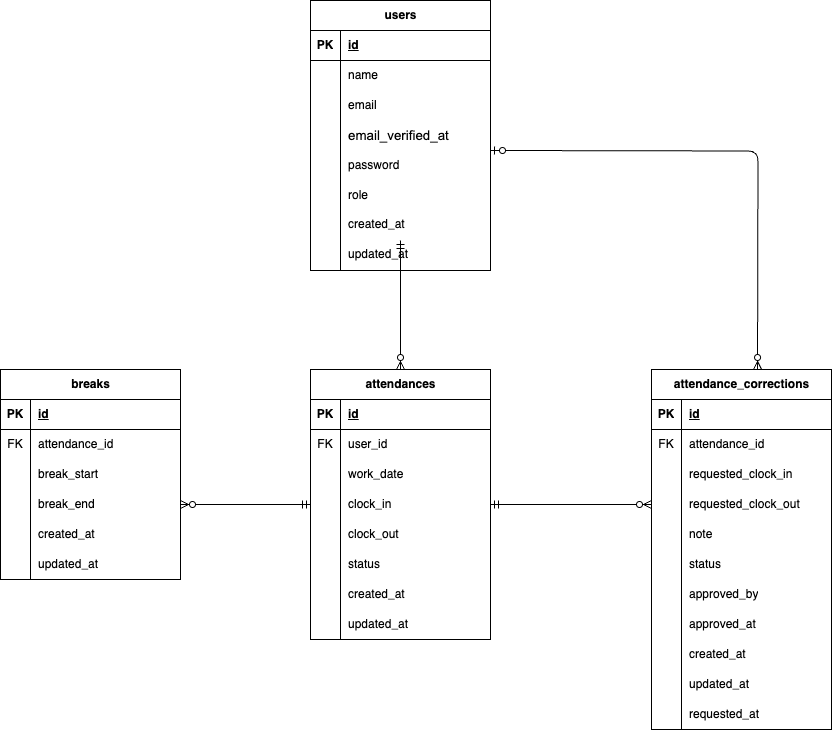
Earlier version of the draw.io export src/app/docs/er.drawio.png (aokiaiko/attendance-app). Source tidied: cells renumbered, new cells last; positions are measured from the earlier drawing's top-left corner, leaving out a move shared by most shapes.
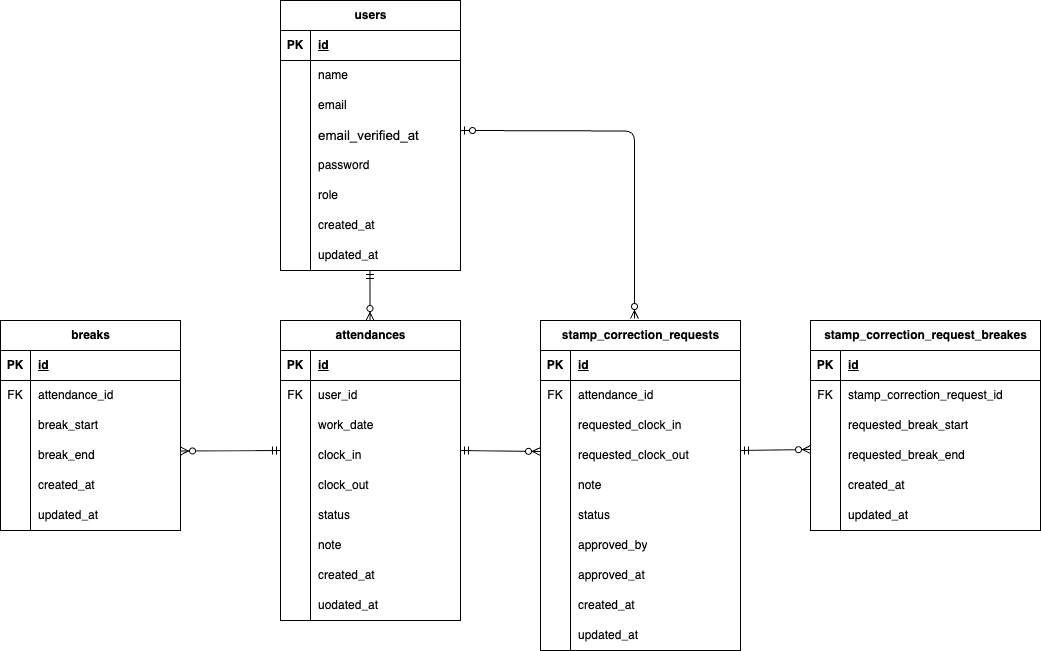
The same diagram one commit later.

What changed in the source:
```diff
@@ -5,3 +5,3 @@
     <mxCell id="2" value="users" style="shape=table;startSize=30;rowLines=0;fontStyle=1;align=center;html=1;" parent="1" vertex="1">
-      <mxGeometry x="310" width="180" height="270" as="geometry" />
+      <mxGeometry x="270" y="19" width="180" height="270" as="geometry" />
     </mxCell>
@@ -80,3 +80,3 @@
     <mxCell id="27" value="attendances" style="shape=table;startSize=30;rowLines=0;fontStyle=1;align=center;html=1;" parent="1" vertex="1">
-      <mxGeometry x="310" y="369" width="180" height="270" as="geometry" />
+      <mxGeometry x="270" y="339" width="180" height="300" as="geometry" />
     </mxCell>
@@ -142,3 +142,3 @@
     </mxCell>
-    <mxCell id="48" value="created_at" style="shape=partialRectangle;fillColor=none;top=0;left=0;bottom=0;right=0;align=left;spacingLeft=6;overflow=hidden;whiteSpace=wrap;html=1;" parent="46" vertex="1">
+    <mxCell id="48" value="note" style="shape=partialRectangle;fillColor=none;top=0;left=0;bottom=0;right=0;align=left;spacingLeft=6;overflow=hidden;whiteSpace=wrap;html=1;" parent="46" vertex="1">
       <mxGeometry x="30" width="150" height="30" as="geometry" />
@@ -151,7 +151,16 @@
     </mxCell>
-    <mxCell id="51" value="updated_at" style="shape=partialRectangle;fillColor=none;top=0;left=0;bottom=0;right=0;align=left;spacingLeft=6;overflow=hidden;whiteSpace=wrap;html=1;" parent="49" vertex="1">
+    <mxCell id="51" value="created_at" style="shape=partialRectangle;fillColor=none;top=0;left=0;bottom=0;right=0;align=left;spacingLeft=6;overflow=hidden;whiteSpace=wrap;html=1;" parent="49" vertex="1">
       <mxGeometry x="30" width="150" height="30" as="geometry" />
     </mxCell>
+    <mxCell id="111" style="shape=tableRow;horizontal=0;startSize=0;swimlaneHead=0;swimlaneBody=0;fillColor=none;top=0;left=0;right=0;bottom=0;" parent="27" vertex="1">
+      <mxGeometry y="270" width="180" height="30" as="geometry" />
+    </mxCell>
+    <mxCell id="112" style="shape=partialRectangle;fillColor=none;top=0;left=0;bottom=0;right=0;overflow=hidden;whiteSpace=wrap;html=1;" parent="111" vertex="1">
+      <mxGeometry width="30" height="30" as="geometry" />
+    </mxCell>
+    <mxCell id="113" value="uodated_at" style="shape=partialRectangle;fillColor=none;top=0;left=0;bottom=0;right=0;align=left;spacingLeft=6;overflow=hidden;whiteSpace=wrap;html=1;" parent="111" vertex="1">
+      <mxGeometry x="30" width="150" height="30" as="geometry" />
+    </mxCell>
     <mxCell id="52" value="breaks" style="shape=table;startSize=30;rowLines=0;fontStyle=1;align=center;html=1;" parent="1" vertex="1">
-      <mxGeometry y="369" width="180" height="210" as="geometry" />
+      <mxGeometry x="-10" y="339" width="180" height="210" as="geometry" />
     </mxCell>
@@ -211,7 +220,7 @@
     </mxCell>
-    <mxCell id="71" value="attendance_corrections" style="shape=table;startSize=30;rowLines=0;fontStyle=1;align=center;html=1;" parent="1" vertex="1">
-      <mxGeometry x="651" y="369" width="180" height="360" as="geometry" />
+    <mxCell id="71" value="stamp_correction_requests" style="shape=table;startSize=30;rowLines=0;fontStyle=1;align=center;html=1;" parent="1" vertex="1">
+      <mxGeometry x="530" y="339" width="200" height="330" as="geometry" />
     </mxCell>
     <mxCell id="72" style="shape=tableRow;horizontal=0;startSize=0;swimlaneHead=0;swimlaneBody=0;fillColor=none;top=0;left=0;right=0;bottom=1;" parent="71" vertex="1">
-      <mxGeometry y="30" width="180" height="30" as="geometry" />
+      <mxGeometry y="30" width="200" height="30" as="geometry" />
     </mxCell>
@@ -221,6 +230,6 @@
     <mxCell id="74" value="id" style="shape=partialRectangle;fillColor=none;top=0;left=0;bottom=0;right=0;align=left;spacingLeft=6;fontStyle=5;overflow=hidden;whiteSpace=wrap;html=1;" parent="72" vertex="1">
-      <mxGeometry x="30" width="150" height="30" as="geometry" />
+      <mxGeometry x="30" width="170" height="30" as="geometry" />
     </mxCell>
     <mxCell id="75" style="shape=tableRow;horizontal=0;startSize=0;swimlaneHead=0;swimlaneBody=0;fillColor=none;top=0;left=0;right=0;bottom=0;shadow=0;" parent="71" vertex="1">
-      <mxGeometry y="60" width="180" height="30" as="geometry" />
+      <mxGeometry y="60" width="200" height="30" as="geometry" />
     </mxCell>
@@ -230,6 +239,6 @@
     <mxCell id="77" value="attendance_id" style="shape=partialRectangle;fillColor=none;top=0;left=0;bottom=0;right=0;align=left;spacingLeft=6;overflow=hidden;whiteSpace=wrap;html=1;" parent="75" vertex="1">
-      <mxGeometry x="30" width="150" height="30" as="geometry" />
+      <mxGeometry x="30" width="170" height="30" as="geometry" />
     </mxCell>
     <mxCell id="78" style="shape=tableRow;horizontal=0;startSize=0;swimlaneHead=0;swimlaneBody=0;fillColor=none;top=0;left=0;right=0;bottom=0;strokeColor=#330000;" parent="71" vertex="1">
-      <mxGeometry y="90" width="180" height="30" as="geometry" />
+      <mxGeometry y="90" width="200" height="30" as="geometry" />
     </mxCell>
@@ -239,6 +248,6 @@
     <mxCell id="80" value="requested_clock_in" style="shape=partialRectangle;fillColor=none;top=0;left=0;bottom=0;right=0;align=left;spacingLeft=6;overflow=hidden;whiteSpace=wrap;html=1;" parent="78" vertex="1">
-      <mxGeometry x="30" width="150" height="30" as="geometry" />
+      <mxGeometry x="30" width="170" height="30" as="geometry" />
     </mxCell>
     <mxCell id="81" style="shape=tableRow;horizontal=0;startSize=0;swimlaneHead=0;swimlaneBody=0;fillColor=none;points=[[0,0.5],[1,0.5]];portConstraint=eastwest;top=0;left=0;right=0;bottom=0;" parent="71" vertex="1">
-      <mxGeometry y="120" width="180" height="30" as="geometry" />
+      <mxGeometry y="120" width="200" height="30" as="geometry" />
     </mxCell>
@@ -248,6 +257,6 @@
     <mxCell id="83" value="requested_clock_out" style="shape=partialRectangle;fillColor=none;top=0;left=0;bottom=0;right=0;align=left;spacingLeft=6;overflow=hidden;whiteSpace=wrap;html=1;" parent="81" vertex="1">
-      <mxGeometry x="30" width="150" height="30" as="geometry" />
+      <mxGeometry x="30" width="170" height="30" as="geometry" />
     </mxCell>
     <mxCell id="84" style="shape=tableRow;horizontal=0;startSize=0;swimlaneHead=0;swimlaneBody=0;fillColor=none;top=0;left=0;right=0;bottom=0;" parent="71" vertex="1">
-      <mxGeometry y="150" width="180" height="30" as="geometry" />
+      <mxGeometry y="150" width="200" height="30" as="geometry" />
     </mxCell>
@@ -257,6 +266,6 @@
     <mxCell id="86" value="note" style="shape=partialRectangle;fillColor=none;top=0;left=0;bottom=0;right=0;align=left;spacingLeft=6;overflow=hidden;whiteSpace=wrap;html=1;" parent="84" vertex="1">
-      <mxGeometry x="30" width="150" height="30" as="geometry" />
+      <mxGeometry x="30" width="170" height="30" as="geometry" />
     </mxCell>
     <mxCell id="87" style="shape=tableRow;horizontal=0;startSize=0;swimlaneHead=0;swimlaneBody=0;fillColor=none;top=0;left=0;right=0;bottom=0;" parent="71" vertex="1">
-      <mxGeometry y="180" width="180" height="30" as="geometry" />
+      <mxGeometry y="180" width="200" height="30" as="geometry" />
     </mxCell>
@@ -266,6 +275,6 @@
     <mxCell id="89" value="status" style="shape=partialRectangle;fillColor=none;top=0;left=0;bottom=0;right=0;align=left;spacingLeft=6;overflow=hidden;whiteSpace=wrap;html=1;" parent="87" vertex="1">
-      <mxGeometry x="30" width="150" height="30" as="geometry" />
+      <mxGeometry x="30" width="170" height="30" as="geometry" />
     </mxCell>
     <mxCell id="90" style="shape=tableRow;horizontal=0;startSize=0;swimlaneHead=0;swimlaneBody=0;fillColor=none;top=0;left=0;right=0;bottom=0;" parent="71" vertex="1">
-      <mxGeometry y="210" width="180" height="30" as="geometry" />
+      <mxGeometry y="210" width="200" height="30" as="geometry" />
     </mxCell>
@@ -275,6 +284,6 @@
     <mxCell id="92" value="approved_by" style="shape=partialRectangle;fillColor=none;top=0;left=0;bottom=0;right=0;align=left;spacingLeft=6;overflow=hidden;whiteSpace=wrap;html=1;" parent="90" vertex="1">
-      <mxGeometry x="30" width="150" height="30" as="geometry" />
+      <mxGeometry x="30" width="170" height="30" as="geometry" />
     </mxCell>
     <mxCell id="93" style="shape=tableRow;horizontal=0;startSize=0;swimlaneHead=0;swimlaneBody=0;fillColor=none;top=0;left=0;right=0;bottom=0;" parent="71" vertex="1">
-      <mxGeometry y="240" width="180" height="30" as="geometry" />
+      <mxGeometry y="240" width="200" height="30" as="geometry" />
     </mxCell>
@@ -284,6 +293,6 @@
     <mxCell id="95" value="approved_at" style="shape=partialRectangle;fillColor=none;top=0;left=0;bottom=0;right=0;align=left;spacingLeft=6;overflow=hidden;whiteSpace=wrap;html=1;" parent="93" vertex="1">
-      <mxGeometry x="30" width="150" height="30" as="geometry" />
+      <mxGeometry x="30" width="170" height="30" as="geometry" />
     </mxCell>
     <mxCell id="96" style="shape=tableRow;horizontal=0;startSize=0;swimlaneHead=0;swimlaneBody=0;fillColor=none;top=0;left=0;right=0;bottom=0;" parent="71" vertex="1">
-      <mxGeometry y="270" width="180" height="30" as="geometry" />
+      <mxGeometry y="270" width="200" height="30" as="geometry" />
     </mxCell>
@@ -293,6 +302,6 @@
     <mxCell id="98" value="created_at" style="shape=partialRectangle;fillColor=none;top=0;left=0;bottom=0;right=0;align=left;spacingLeft=6;overflow=hidden;whiteSpace=wrap;html=1;" parent="96" vertex="1">
-      <mxGeometry x="30" width="150" height="30" as="geometry" />
+      <mxGeometry x="30" width="170" height="30" as="geometry" />
     </mxCell>
     <mxCell id="99" style="shape=tableRow;horizontal=0;startSize=0;swimlaneHead=0;swimlaneBody=0;fillColor=none;top=0;left=0;right=0;bottom=0;" parent="71" vertex="1">
-      <mxGeometry y="300" width="180" height="30" as="geometry" />
+      <mxGeometry y="300" width="200" height="30" as="geometry" />
     </mxCell>
@@ -302,26 +311,18 @@
     <mxCell id="101" value="updated_at" style="shape=partialRectangle;fillColor=none;top=0;left=0;bottom=0;right=0;align=left;spacingLeft=6;overflow=hidden;whiteSpace=wrap;html=1;" parent="99" vertex="1">
-      <mxGeometry x="30" width="150" height="30" as="geometry" />
+      <mxGeometry x="30" width="170" height="30" as="geometry" />
     </mxCell>
-    <mxCell id="102" style="shape=tableRow;horizontal=0;startSize=0;swimlaneHead=0;swimlaneBody=0;fillColor=none;top=0;left=0;right=0;bottom=0;shadow=0;" parent="71" vertex="1">
-      <mxGeometry y="330" width="180" height="30" as="geometry" />
-    </mxCell>
-    <mxCell id="103" style="shape=partialRectangle;fillColor=none;top=0;left=0;bottom=0;right=0;overflow=hidden;whiteSpace=wrap;html=1;" parent="102" vertex="1">
-      <mxGeometry width="30" height="30" as="geometry" />
-    </mxCell>
-    <mxCell id="104" value="requested_at" style="shape=partialRectangle;fillColor=none;top=0;left=0;bottom=0;right=0;align=left;spacingLeft=6;overflow=hidden;whiteSpace=wrap;html=1;" parent="102" vertex="1">
-      <mxGeometry x="30" width="150" height="30" as="geometry" />
-    </mxCell>
-    <mxCell id="105" style="fontSize=12;html=1;endArrow=ERzeroToMany;startArrow=ERmandOne;" parent="1" edge="1" source="21" target="27">
-      <mxGeometry relative="1" as="geometry" />
+    <mxCell id="105" style="fontSize=12;html=1;endArrow=ERzeroToMany;startArrow=ERmandOne;exitX=0.497;exitY=1;exitDx=0;exitDy=0;exitPerimeter=0;" parent="1" edge="1" source="24">
+      <mxGeometry relative="1" as="geometry">
+        <mxPoint x="359.5" y="339" as="targetPoint" />
+      </mxGeometry>
     </mxCell>
-    <mxCell id="106" style="fontSize=12;html=1;endArrow=ERzeroToMany;startArrow=ERmandOne;" parent="1" edge="1" source="37" target="62">
-      <mxGeometry relative="1" as="geometry" />
+    <mxCell id="106" style="fontSize=12;html=1;endArrow=ERzeroToMany;startArrow=ERmandOne;" parent="1" edge="1">
+      <mxGeometry relative="1" as="geometry">
+        <mxPoint x="270" y="469" as="sourcePoint" />
+        <mxPoint x="170" y="469.5" as="targetPoint" />
+      </mxGeometry>
     </mxCell>
-    <mxCell id="107" style="fontSize=12;html=1;endArrow=ERzeroToMany;startArrow=ERmandOne;entryX=0;entryY=0.5;entryDx=0;entryDy=0;" parent="1" edge="1" source="37" target="81">
-      <mxGeometry relative="1" as="geometry" />
-    </mxCell>
-    <mxCell id="108" style="edgeStyle=orthogonalEdgeStyle;fontSize=12;html=1;endArrow=ERzeroToMany;startArrow=ERzeroToOne;exitX=0.961;exitY=0.033;exitDx=0;exitDy=0;exitPerimeter=0;elbow=vertical;rounded=1;" parent="1" edge="1">
+    <mxCell id="108" style="edgeStyle=orthogonalEdgeStyle;fontSize=12;html=1;endArrow=ERzeroToMany;startArrow=ERzeroToOne;exitX=1.017;exitY=0.833;exitDx=0;exitDy=0;exitPerimeter=0;elbow=vertical;rounded=1;entryX=0.47;entryY=-0.006;entryDx=0;entryDy=0;entryPerimeter=0;" parent="1" edge="1" target="71">
       <mxGeometry relative="1" as="geometry">
-        <mxPoint x="490" y="150" as="sourcePoint" />
-        <mxPoint x="757" y="369" as="targetPoint" />
+        <mxPoint x="450" y="149" as="sourcePoint" />
       </mxGeometry>
@@ -329,7 +330,76 @@
     <mxCell id="109" value="updated_at" style="shape=partialRectangle;fillColor=none;top=0;left=0;bottom=0;right=0;align=left;spacingLeft=6;overflow=hidden;whiteSpace=wrap;html=1;" parent="1" vertex="1">
-      <mxGeometry x="340" y="239" width="150" height="30" as="geometry" />
+      <mxGeometry x="300" y="259" width="150" height="30" as="geometry" />
     </mxCell>
     <mxCell id="110" value="created_at" style="shape=partialRectangle;fillColor=none;top=0;left=0;bottom=0;right=0;align=left;spacingLeft=6;overflow=hidden;whiteSpace=wrap;html=1;" parent="1" vertex="1">
-      <mxGeometry x="340" y="209" width="150" height="30" as="geometry" />
+      <mxGeometry x="300" y="229" width="150" height="30" as="geometry" />
     </mxCell>
+    <mxCell id="114" value="&lt;div&gt;stamp_correction_request_breakes&lt;/div&gt;" style="shape=table;startSize=30;rowLines=0;fontStyle=1;align=center;html=1;" parent="1" vertex="1">
+      <mxGeometry x="800" y="339" width="230" height="210" as="geometry" />
+    </mxCell>
+    <mxCell id="115" style="shape=tableRow;horizontal=0;startSize=0;swimlaneHead=0;swimlaneBody=0;fillColor=none;top=0;left=0;right=0;bottom=1;" parent="114" vertex="1">
+      <mxGeometry y="30" width="230" height="30" as="geometry" />
+    </mxCell>
+    <mxCell id="116" value="PK" style="shape=partialRectangle;fillColor=none;top=0;left=0;bottom=0;right=0;fontStyle=1;overflow=hidden;whiteSpace=wrap;html=1;" parent="115" vertex="1">
+      <mxGeometry width="30" height="30" as="geometry" />
+    </mxCell>
+    <mxCell id="117" value="id" style="shape=partialRectangle;fillColor=none;top=0;left=0;bottom=0;right=0;align=left;spacingLeft=6;fontStyle=5;overflow=hidden;whiteSpace=wrap;html=1;" parent="115" vertex="1">
+      <mxGeometry x="30" width="200" height="30" as="geometry" />
+    </mxCell>
+    <mxCell id="118" style="shape=tableRow;horizontal=0;startSize=0;swimlaneHead=0;swimlaneBody=0;fillColor=none;top=0;left=0;right=0;bottom=0;" parent="114" vertex="1">
+      <mxGeometry y="60" width="230" height="30" as="geometry" />
+    </mxCell>
+    <mxCell id="119" value="FK" style="shape=partialRectangle;fillColor=none;top=0;left=0;bottom=0;right=0;overflow=hidden;whiteSpace=wrap;html=1;" parent="118" vertex="1">
+      <mxGeometry width="30" height="30" as="geometry" />
+    </mxCell>
+    <mxCell id="120" value="stamp_correction_request_id" style="shape=partialRectangle;fillColor=none;top=0;left=0;bottom=0;right=0;align=left;spacingLeft=6;overflow=hidden;whiteSpace=wrap;html=1;" parent="118" vertex="1">
+      <mxGeometry x="30" width="200" height="30" as="geometry" />
+    </mxCell>
+    <mxCell id="121" style="shape=tableRow;horizontal=0;startSize=0;swimlaneHead=0;swimlaneBody=0;fillColor=none;top=0;left=0;right=0;bottom=0;" parent="114" vertex="1">
+      <mxGeometry y="90" width="230" height="30" as="geometry" />
+    </mxCell>
+    <mxCell id="122" style="shape=partialRectangle;fillColor=none;top=0;left=0;bottom=0;right=0;overflow=hidden;whiteSpace=wrap;html=1;" parent="121" vertex="1">
+      <mxGeometry width="30" height="30" as="geometry" />
+    </mxCell>
+    <mxCell id="123" value="requested_break_start" style="shape=partialRectangle;fillColor=none;top=0;left=0;bottom=0;right=0;align=left;spacingLeft=6;overflow=hidden;whiteSpace=wrap;html=1;" parent="121" vertex="1">
+      <mxGeometry x="30" width="200" height="30" as="geometry" />
+    </mxCell>
+    <mxCell id="124" style="shape=tableRow;horizontal=0;startSize=0;swimlaneHead=0;swimlaneBody=0;fillColor=none;top=0;left=0;right=0;bottom=0;" parent="114" vertex="1">
+      <mxGeometry y="120" width="230" height="30" as="geometry" />
+    </mxCell>
+    <mxCell id="125" style="shape=partialRectangle;fillColor=none;top=0;left=0;bottom=0;right=0;overflow=hidden;whiteSpace=wrap;html=1;" parent="124" vertex="1">
+      <mxGeometry width="30" height="30" as="geometry" />
+    </mxCell>
+    <mxCell id="126" value="requested_break_end" style="shape=partialRectangle;fillColor=none;top=0;left=0;bottom=0;right=0;align=left;spacingLeft=6;overflow=hidden;whiteSpace=wrap;html=1;" parent="124" vertex="1">
+      <mxGeometry x="30" width="200" height="30" as="geometry" />
+    </mxCell>
+    <mxCell id="127" style="shape=tableRow;horizontal=0;startSize=0;swimlaneHead=0;swimlaneBody=0;fillColor=none;top=0;left=0;right=0;bottom=0;" parent="114" vertex="1">
+      <mxGeometry y="150" width="230" height="30" as="geometry" />
+    </mxCell>
+    <mxCell id="128" style="shape=partialRectangle;fillColor=none;top=0;left=0;bottom=0;right=0;overflow=hidden;whiteSpace=wrap;html=1;" parent="127" vertex="1">
+      <mxGeometry width="30" height="30" as="geometry" />
+    </mxCell>
+    <mxCell id="129" value="created_at" style="shape=partialRectangle;fillColor=none;top=0;left=0;bottom=0;right=0;align=left;spacingLeft=6;overflow=hidden;whiteSpace=wrap;html=1;" parent="127" vertex="1">
+      <mxGeometry x="30" width="200" height="30" as="geometry" />
+    </mxCell>
+    <mxCell id="130" style="shape=tableRow;horizontal=0;startSize=0;swimlaneHead=0;swimlaneBody=0;fillColor=none;top=0;left=0;right=0;bottom=0;" parent="114" vertex="1">
+      <mxGeometry y="180" width="230" height="30" as="geometry" />
+    </mxCell>
+    <mxCell id="131" style="shape=partialRectangle;fillColor=none;top=0;left=0;bottom=0;right=0;overflow=hidden;whiteSpace=wrap;html=1;" parent="130" vertex="1">
+      <mxGeometry width="30" height="30" as="geometry" />
+    </mxCell>
+    <mxCell id="132" value="updated_at" style="shape=partialRectangle;fillColor=none;top=0;left=0;bottom=0;right=0;align=left;spacingLeft=6;overflow=hidden;whiteSpace=wrap;html=1;" parent="130" vertex="1">
+      <mxGeometry x="30" width="200" height="30" as="geometry" />
+    </mxCell>
+    <mxCell id="133" style="fontSize=12;html=1;endArrow=ERzeroToMany;startArrow=ERmandOne;" parent="1" edge="1">
+      <mxGeometry relative="1" as="geometry">
+        <mxPoint x="730" y="469" as="sourcePoint" />
+        <mxPoint x="800" y="468" as="targetPoint" />
+      </mxGeometry>
+    </mxCell>
+    <mxCell id="134" style="fontSize=12;html=1;endArrow=ERzeroToMany;startArrow=ERmandOne;" parent="1" edge="1">
+      <mxGeometry relative="1" as="geometry">
+        <mxPoint x="450" y="469" as="sourcePoint" />
+        <mxPoint x="530" y="470" as="targetPoint" />
+      </mxGeometry>
+    </mxCell>
   </root>
```
